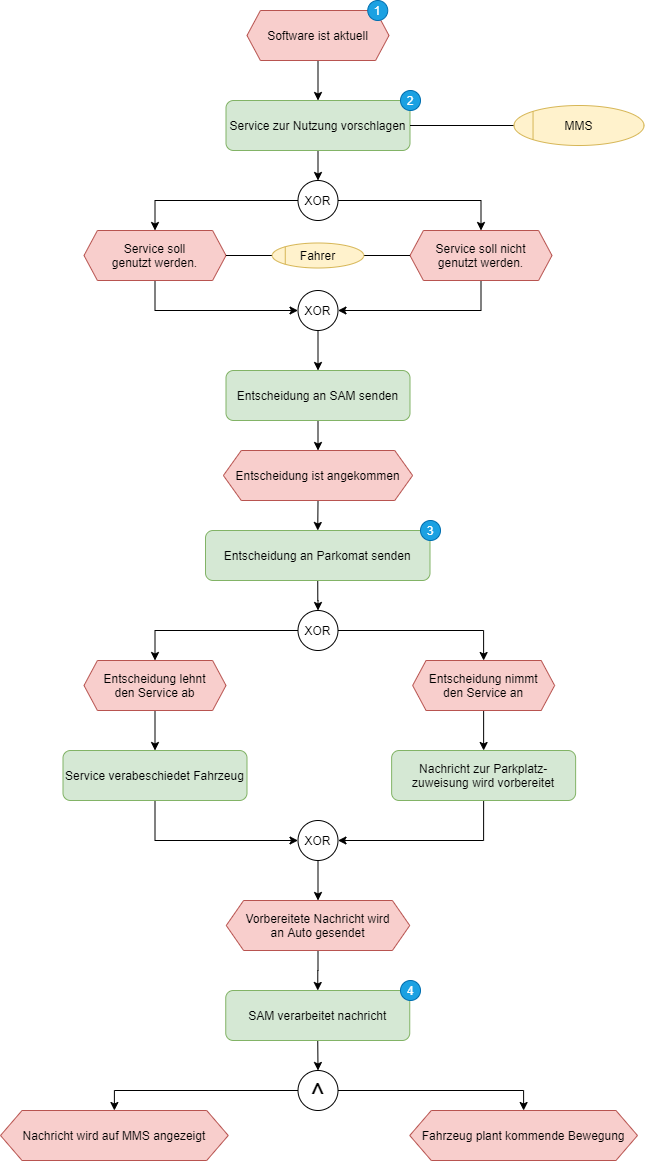
Earlier version of the draw.io export Ausarbeitung/text/pictures/konzept-Nutzungsprozess.png (hesty98/bachelorthesis). Source tidied: cells renumbered, new cells last; positions are measured from the earlier drawing's top-left corner, leaving out a move shared by most shapes.
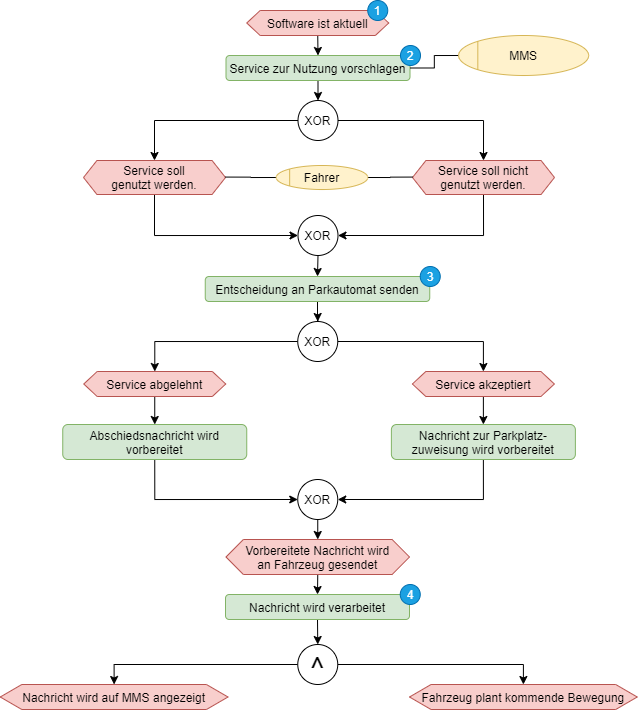
The same file after the commit.

Change to the diagram source:
```diff
@@ -6,19 +6,19 @@
       <mxGeometry relative="1" as="geometry" />
     </mxCell>
     <mxCell id="3" value="Software ist aktuell" style="shape=hexagon;perimeter=hexagonPerimeter;rounded=0;size=0.09458588788853817;fillColor=#f8cecc;strokeColor=#b85450;" parent="1" vertex="1">
-      <mxGeometry x="246.5" y="10" width="142" height="50" as="geometry" />
+      <mxGeometry x="281.2" y="100" width="142" height="25" as="geometry" />
     </mxCell>
     <mxCell id="4" style="edgeStyle=orthogonalEdgeStyle;rounded=0;jettySize=auto;html=0;exitX=0.5;exitY=1;exitDx=0;exitDy=0;entryX=0.5;entryY=0;entryDx=0;entryDy=0;startArrow=none;startFill=0;endArrow=classic;endFill=1;strokeColor=#000000;" parent="1" edge="1" source="5" target="11">
       <mxGeometry relative="1" as="geometry" />
     </mxCell>
     <mxCell id="5" value="Service zur Nutzung vorschlagen" style="shape=ext;rounded=1;fillColor=#d5e8d4;strokeColor=#82b366;" parent="1" vertex="1">
-      <mxGeometry x="225.5" y="100" width="184" height="50" as="geometry" />
+      <mxGeometry x="260.5" y="145" width="184" height="25" as="geometry" />
     </mxCell>
     <mxCell id="6" style="edgeStyle=orthogonalEdgeStyle;rounded=0;jettySize=auto;html=1;exitX=0;exitY=0.5;exitDx=0;exitDy=0;entryX=1;entryY=0.5;entryDx=0;entryDy=0;startArrow=none;startFill=0;endArrow=none;endFill=0;strokeColor=#000000;" parent="1" edge="1" source="7" target="5">
       <mxGeometry relative="1" as="geometry" />
     </mxCell>
     <mxCell id="7" value="MMS" style="ellipse;align=center;fillColor=#fff2cc;strokeColor=#d6b656;" parent="1" vertex="1">
-      <mxGeometry x="513.5" y="105" width="130" height="40" as="geometry" />
+      <mxGeometry x="493.1" y="125" width="130" height="40" as="geometry" />
     </mxCell>
     <mxCell id="8" style="endArrow=none;html=1;entryX=0;entryY=0;entryDx=0;entryDy=0;exitX=0;exitY=1;exitDx=0;exitDy=0;strokeColor=#D6B656;" parent="1" edge="1" source="7" target="7">
       <mxGeometry relative="1" as="geometry" />
@@ -30,32 +30,26 @@
       <mxGeometry relative="1" as="geometry" />
     </mxCell>
     <mxCell id="11" value="XOR" style="ellipse;" parent="1" vertex="1">
-      <mxGeometry x="297.5" y="180" width="40" height="40" as="geometry" />
+      <mxGeometry x="332.5" y="190" width="40" height="40" as="geometry" />
     </mxCell>
     <mxCell id="12" style="edgeStyle=orthogonalEdgeStyle;rounded=0;jettySize=auto;html=0;exitX=0.5;exitY=1;exitDx=0;exitDy=0;entryX=0;entryY=0.5;entryDx=0;entryDy=0;startArrow=none;startFill=0;endArrow=classic;endFill=1;strokeColor=#000000;" parent="1" edge="1" source="13" target="17">
       <mxGeometry relative="1" as="geometry" />
     </mxCell>
     <mxCell id="13" value="Service soll&#10;genutzt werden." style="shape=hexagon;perimeter=hexagonPerimeter;rounded=0;size=0.09458588788853817;fillColor=#f8cecc;strokeColor=#b85450;" parent="1" vertex="1">
-      <mxGeometry x="83.5" y="230" width="142" height="50" as="geometry" />
+      <mxGeometry x="118" y="250" width="142" height="34" as="geometry" />
     </mxCell>
     <mxCell id="14" style="edgeStyle=orthogonalEdgeStyle;rounded=0;jettySize=auto;html=0;exitX=0.5;exitY=1;exitDx=0;exitDy=0;entryX=1;entryY=0.5;entryDx=0;entryDy=0;startArrow=none;startFill=0;endArrow=classic;endFill=1;strokeColor=#000000;" parent="1" edge="1" source="15" target="17">
       <mxGeometry relative="1" as="geometry" />
     </mxCell>
     <mxCell id="15" value="Service soll nicht&#10;genutzt werden." style="shape=hexagon;perimeter=hexagonPerimeter;rounded=0;size=0.09458588788853817;fillColor=#f8cecc;strokeColor=#b85450;" parent="1" vertex="1">
-      <mxGeometry x="409.5" y="230" width="142" height="50" as="geometry" />
+      <mxGeometry x="447" y="250" width="142" height="34" as="geometry" />
     </mxCell>
-    <mxCell id="16" style="edgeStyle=orthogonalEdgeStyle;rounded=0;jettySize=auto;html=0;exitX=0.5;exitY=1;exitDx=0;exitDy=0;entryX=0.5;entryY=0;entryDx=0;entryDy=0;startArrow=none;startFill=0;endArrow=classic;endFill=1;strokeColor=#000000;" parent="1" edge="1" source="17" target="19">
+    <mxCell id="16" style="edgeStyle=orthogonalEdgeStyle;rounded=0;jettySize=auto;html=0;exitX=0.5;exitY=1;exitDx=0;exitDy=0;entryX=0.5;entryY=0;entryDx=0;entryDy=0;startArrow=none;startFill=0;endArrow=classic;endFill=1;strokeColor=#000000;" parent="1" edge="1" source="17" target="27">
       <mxGeometry relative="1" as="geometry" />
     </mxCell>
     <mxCell id="17" value="XOR" style="ellipse;" parent="1" vertex="1">
-      <mxGeometry x="297.5" y="290" width="40" height="40" as="geometry" />
+      <mxGeometry x="332.5" y="305" width="40" height="40" as="geometry" />
     </mxCell>
-    <mxCell id="18" style="edgeStyle=orthogonalEdgeStyle;rounded=0;jettySize=auto;html=0;exitX=0.5;exitY=1;exitDx=0;exitDy=0;entryX=0.5;entryY=0;entryDx=0;entryDy=0;startArrow=none;startFill=0;endArrow=classic;endFill=1;strokeColor=#000000;" parent="1" edge="1" source="19" target="25">
-      <mxGeometry relative="1" as="geometry" />
-    </mxCell>
-    <mxCell id="19" value="Entscheidung an SAM senden" style="shape=ext;rounded=1;fillColor=#d5e8d4;strokeColor=#82b366;" parent="1" vertex="1">
-      <mxGeometry x="225.5" y="370" width="184" height="50" as="geometry" />
-    </mxCell>
     <mxCell id="20" style="edgeStyle=orthogonalEdgeStyle;rounded=0;jettySize=auto;html=0;exitX=1;exitY=0.5;exitDx=0;exitDy=0;entryX=0;entryY=0.5;entryDx=0;entryDy=0;startArrow=none;startFill=0;endArrow=none;endFill=0;strokeColor=#000000;" parent="1" edge="1" source="22" target="15">
       <mxGeometry relative="1" as="geometry" />
     </mxCell>
@@ -63,34 +57,28 @@
       <mxGeometry relative="1" as="geometry" />
     </mxCell>
     <mxCell id="22" value="Fahrer" style="ellipse;align=center;fillColor=#fff2cc;strokeColor=#d6b656;" parent="1" vertex="1">
-      <mxGeometry x="271.8" y="242.5" width="91.5" height="25" as="geometry" />
+      <mxGeometry x="310.8" y="255" width="91.5" height="24" as="geometry" />
     </mxCell>
     <mxCell id="23" style="endArrow=none;html=1;entryX=0;entryY=0;entryDx=0;entryDy=0;exitX=0;exitY=1;exitDx=0;exitDy=0;strokeColor=#D6B656;" parent="1" edge="1" source="22" target="22">
       <mxGeometry relative="1" as="geometry" />
     </mxCell>
-    <mxCell id="24" style="edgeStyle=orthogonalEdgeStyle;rounded=0;jettySize=auto;html=0;exitX=0.5;exitY=1;exitDx=0;exitDy=0;entryX=0.5;entryY=0;entryDx=0;entryDy=0;startArrow=none;startFill=0;endArrow=classic;endFill=1;strokeColor=#000000;" parent="1" edge="1" source="25" target="27">
-      <mxGeometry relative="1" as="geometry" />
-    </mxCell>
-    <mxCell id="25" value="Entscheidung ist angekommen" style="shape=hexagon;perimeter=hexagonPerimeter;rounded=0;size=0.09458588788853817;fillColor=#f8cecc;strokeColor=#b85450;" parent="1" vertex="1">
-      <mxGeometry x="222.9" y="450" width="189.2" height="50" as="geometry" />
-    </mxCell>
     <mxCell id="26" style="edgeStyle=orthogonalEdgeStyle;rounded=0;jettySize=auto;html=0;exitX=0.5;exitY=1;exitDx=0;exitDy=0;startArrow=none;startFill=0;endArrow=classic;endFill=1;strokeColor=#000000;" parent="1" edge="1" source="27" target="34">
       <mxGeometry relative="1" as="geometry" />
     </mxCell>
-    <mxCell id="27" value="Entscheidung an Parkomat senden" style="shape=ext;rounded=1;fillColor=#d5e8d4;strokeColor=#82b366;" parent="1" vertex="1">
-      <mxGeometry x="205" y="530" width="224.5" height="50" as="geometry" />
+    <mxCell id="27" value="Entscheidung an Parkautomat senden" style="shape=ext;rounded=1;fillColor=#d5e8d4;strokeColor=#82b366;" parent="1" vertex="1">
+      <mxGeometry x="239.8" y="366" width="224.5" height="25" as="geometry" />
     </mxCell>
     <mxCell id="28" style="edgeStyle=orthogonalEdgeStyle;rounded=0;jettySize=auto;html=0;exitX=0.5;exitY=1;exitDx=0;exitDy=0;entryX=0.5;entryY=0;entryDx=0;entryDy=0;startArrow=none;startFill=0;endArrow=classic;endFill=1;strokeColor=#000000;" parent="1" edge="1" source="29" target="38">
       <mxGeometry relative="1" as="geometry" />
     </mxCell>
-    <mxCell id="29" value="Entscheidung nimmt&#10;den Service an" style="shape=hexagon;perimeter=hexagonPerimeter;rounded=0;size=0.09458588788853817;fillColor=#f8cecc;strokeColor=#b85450;" parent="1" vertex="1">
-      <mxGeometry x="412.1" y="660" width="142" height="50" as="geometry" />
+    <mxCell id="29" value="Service akzeptiert" style="shape=hexagon;perimeter=hexagonPerimeter;rounded=0;size=0.09458588788853817;fillColor=#f8cecc;strokeColor=#b85450;" parent="1" vertex="1">
+      <mxGeometry x="446.9" y="461" width="142" height="25" as="geometry" />
     </mxCell>
     <mxCell id="30" style="edgeStyle=orthogonalEdgeStyle;rounded=0;jettySize=auto;html=0;exitX=0.5;exitY=1;exitDx=0;exitDy=0;entryX=0.5;entryY=0;entryDx=0;entryDy=0;startArrow=none;startFill=0;endArrow=classic;endFill=1;strokeColor=#000000;" parent="1" edge="1" source="31" target="36">
       <mxGeometry relative="1" as="geometry" />
     </mxCell>
-    <mxCell id="31" value="Entscheidung lehnt&#10;den Service ab" style="shape=hexagon;perimeter=hexagonPerimeter;rounded=0;size=0.09458588788853817;fillColor=#f8cecc;strokeColor=#b85450;" parent="1" vertex="1">
-      <mxGeometry x="83.5" y="660" width="142" height="50" as="geometry" />
+    <mxCell id="31" value="Service abgelehnt" style="shape=hexagon;perimeter=hexagonPerimeter;rounded=0;size=0.09458588788853817;fillColor=#f8cecc;strokeColor=#b85450;" parent="1" vertex="1">
+      <mxGeometry x="118.2" y="461" width="142" height="25" as="geometry" />
     </mxCell>
     <mxCell id="32" style="edgeStyle=orthogonalEdgeStyle;rounded=0;jettySize=auto;html=0;exitX=1;exitY=0.5;exitDx=0;exitDy=0;entryX=0.5;entryY=0;entryDx=0;entryDy=0;startArrow=none;startFill=0;endArrow=classic;endFill=1;strokeColor=#000000;" parent="1" edge="1" source="34" target="29">
       <mxGeometry relative="1" as="geometry" />
@@ -99,37 +87,37 @@
       <mxGeometry relative="1" as="geometry" />
     </mxCell>
     <mxCell id="34" value="XOR" style="ellipse;" parent="1" vertex="1">
-      <mxGeometry x="297.5" y="610" width="40" height="40" as="geometry" />
+      <mxGeometry x="332.2" y="411" width="40" height="40" as="geometry" />
     </mxCell>
     <mxCell id="35" style="edgeStyle=orthogonalEdgeStyle;rounded=0;jettySize=auto;html=0;exitX=0.5;exitY=1;exitDx=0;exitDy=0;entryX=0;entryY=0.5;entryDx=0;entryDy=0;startArrow=none;startFill=0;endArrow=classic;endFill=1;strokeColor=#000000;" parent="1" edge="1" source="36" target="42">
       <mxGeometry relative="1" as="geometry" />
     </mxCell>
-    <mxCell id="36" value="Service verabeschiedet Fahrzeug" style="shape=ext;rounded=1;fillColor=#d5e8d4;strokeColor=#82b366;" parent="1" vertex="1">
-      <mxGeometry x="62.5" y="750" width="184" height="50" as="geometry" />
+    <mxCell id="36" value="Abschiedsnachricht wird&#10;vorbereitet" style="shape=ext;rounded=1;fillColor=#d5e8d4;strokeColor=#82b366;" parent="1" vertex="1">
+      <mxGeometry x="97.2" y="514" width="184" height="35" as="geometry" />
     </mxCell>
     <mxCell id="37" style="edgeStyle=orthogonalEdgeStyle;rounded=0;jettySize=auto;html=0;exitX=0.5;exitY=1;exitDx=0;exitDy=0;entryX=1;entryY=0.5;entryDx=0;entryDy=0;startArrow=none;startFill=0;endArrow=classic;endFill=1;strokeColor=#000000;" parent="1" edge="1" source="38" target="42">
       <mxGeometry relative="1" as="geometry" />
     </mxCell>
     <mxCell id="38" value="Nachricht zur Parkplatz-&#10;zuweisung wird vorbereitet" style="shape=ext;rounded=1;fillColor=#d5e8d4;strokeColor=#82b366;" parent="1" vertex="1">
-      <mxGeometry x="391.1" y="750" width="184" height="50" as="geometry" />
+      <mxGeometry x="425.9" y="514" width="184" height="35" as="geometry" />
     </mxCell>
     <mxCell id="39" style="edgeStyle=orthogonalEdgeStyle;rounded=0;jettySize=auto;html=0;exitX=0.5;exitY=1;exitDx=0;exitDy=0;entryX=0.5;entryY=0;entryDx=0;entryDy=0;startArrow=none;startFill=0;endArrow=classic;endFill=1;strokeColor=#000000;" parent="1" edge="1" source="40" target="44">
       <mxGeometry relative="1" as="geometry" />
     </mxCell>
-    <mxCell id="40" value="Vorbereitete Nachricht wird&#10;an Auto gesendet" style="shape=hexagon;perimeter=hexagonPerimeter;rounded=0;size=0.09458588788853817;fillColor=#f8cecc;strokeColor=#b85450;" parent="1" vertex="1">
-      <mxGeometry x="225.8" y="900" width="183.5" height="50" as="geometry" />
+    <mxCell id="40" value="Vorbereitete Nachricht wird&#10;an Fahrzeug gesendet" style="shape=hexagon;perimeter=hexagonPerimeter;rounded=0;size=0.09458588788853817;fillColor=#f8cecc;strokeColor=#b85450;" parent="1" vertex="1">
+      <mxGeometry x="260.5" y="629" width="183.5" height="35" as="geometry" />
     </mxCell>
     <mxCell id="41" style="edgeStyle=orthogonalEdgeStyle;rounded=0;jettySize=auto;html=0;exitX=0.5;exitY=1;exitDx=0;exitDy=0;entryX=0.5;entryY=0;entryDx=0;entryDy=0;startArrow=none;startFill=0;endArrow=classic;endFill=1;strokeColor=#000000;" parent="1" edge="1" source="42" target="40">
       <mxGeometry relative="1" as="geometry" />
     </mxCell>
     <mxCell id="42" value="XOR" style="ellipse;" parent="1" vertex="1">
-      <mxGeometry x="297.5" y="820" width="40" height="40" as="geometry" />
+      <mxGeometry x="332.2" y="569" width="40" height="40" as="geometry" />
     </mxCell>
     <mxCell id="43" style="edgeStyle=orthogonalEdgeStyle;rounded=0;jettySize=auto;html=0;exitX=0.5;exitY=1;exitDx=0;exitDy=0;entryX=0.5;entryY=0;entryDx=0;entryDy=0;startArrow=none;startFill=0;endArrow=classic;endFill=1;strokeColor=#000000;" parent="1" edge="1" source="44" target="47">
       <mxGeometry relative="1" as="geometry" />
     </mxCell>
-    <mxCell id="44" value="SAM verarbeitet nachricht" style="shape=ext;rounded=1;fillColor=#d5e8d4;strokeColor=#82b366;" parent="1" vertex="1">
-      <mxGeometry x="225.2" y="990" width="184" height="50" as="geometry" />
+    <mxCell id="44" value="Nachricht wird verarbeitet" style="shape=ext;rounded=1;fillColor=#d5e8d4;strokeColor=#82b366;" parent="1" vertex="1">
+      <mxGeometry x="260" y="684" width="184" height="25" as="geometry" />
     </mxCell>
     <mxCell id="45" style="edgeStyle=orthogonalEdgeStyle;rounded=0;jettySize=auto;html=0;exitX=0;exitY=0.5;exitDx=0;exitDy=0;entryX=0.5;entryY=0;entryDx=0;entryDy=0;startArrow=none;startFill=0;endArrow=classic;endFill=1;strokeColor=#000000;fontSize=22;" parent="1" edge="1" source="47" target="48">
       <mxGeometry relative="1" as="geometry" />
@@ -138,25 +126,25 @@
       <mxGeometry relative="1" as="geometry" />
     </mxCell>
     <mxCell id="47" value="^" style="ellipse;fontSize=29;verticalAlign=middle;align=center;direction=east;" parent="1" vertex="1">
-      <mxGeometry x="297.5" y="1070" width="40" height="40" as="geometry" />
+      <mxGeometry x="332.3" y="734" width="40" height="40" as="geometry" />
     </mxCell>
     <mxCell id="48" value="Nachricht wird auf MMS angezeigt" style="shape=hexagon;perimeter=hexagonPerimeter;rounded=0;size=0.09458588788853817;fillColor=#f8cecc;strokeColor=#b85450;" parent="1" vertex="1">
-      <mxGeometry y="1110" width="227.8" height="50" as="geometry" />
+      <mxGeometry x="34.8" y="774" width="227.8" height="25" as="geometry" />
     </mxCell>
     <mxCell id="49" value="Fahrzeug plant kommende Bewegung" style="shape=hexagon;perimeter=hexagonPerimeter;rounded=0;size=0.09458588788853817;fillColor=#f8cecc;strokeColor=#b85450;" parent="1" vertex="1">
-      <mxGeometry x="409.2" y="1110" width="227.8" height="50" as="geometry" />
+      <mxGeometry x="444" y="774" width="227.8" height="25" as="geometry" />
     </mxCell>
     <mxCell id="50" value="1" style="ellipse;whiteSpace=wrap;html=1;fillColor=#1ba1e2;strokeColor=#006EAF;fontColor=#ffffff;" parent="1" vertex="1">
-      <mxGeometry x="367.2" width="20" height="20" as="geometry" />
+      <mxGeometry x="402.2" y="90" width="20" height="20" as="geometry" />
     </mxCell>
     <mxCell id="51" value="2" style="ellipse;whiteSpace=wrap;html=1;fillColor=#1ba1e2;strokeColor=#006EAF;fontColor=#ffffff;" parent="1" vertex="1">
-      <mxGeometry x="400" y="90" width="20" height="20" as="geometry" />
+      <mxGeometry x="435" y="135" width="20" height="20" as="geometry" />
     </mxCell>
     <mxCell id="52" value="3&lt;span style=&quot;color: rgba(0 , 0 , 0 , 0) ; font-family: monospace ; font-size: 0px&quot;&gt;%3CmxGraphModel%3E%3Croot%3E%3CmxCell%20id%3D%220%22%2F%3E%3CmxCell%20id%3D%221%22%20parent%3D%220%22%2F%3E%3CmxCell%20id%3D%222%22%20value%3D%222%22%20style%3D%22ellipse%3BwhiteSpace%3Dwrap%3Bhtml%3D1%3Baspect%3Dfixed%3BfillColor%3D%231ba1e2%3BstrokeColor%3D%23006EAF%3BfontColor%3D%23ffffff%3B%22%20vertex%3D%221%22%20parent%3D%221%22%3E%3CmxGeometry%20x%3D%22489.3%22%20y%3D%22269%22%20width%3D%2220%22%20height%3D%2220%22%20as%3D%22geometry%22%2F%3E%3C%2FmxCell%3E%3C%2Froot%3E%3C%2FmxGraphModel%3E&lt;/span&gt;" style="ellipse;whiteSpace=wrap;html=1;fillColor=#1ba1e2;strokeColor=#006EAF;fontColor=#ffffff;" parent="1" vertex="1">
-      <mxGeometry x="420" y="520" width="20" height="20" as="geometry" />
+      <mxGeometry x="454.8" y="356" width="20" height="20" as="geometry" />
     </mxCell>
     <mxCell id="53" value="4" style="ellipse;whiteSpace=wrap;html=1;fillColor=#1ba1e2;strokeColor=#006EAF;fontColor=#ffffff;" parent="1" vertex="1">
-      <mxGeometry x="400" y="980" width="20" height="20" as="geometry" />
+      <mxGeometry x="434.7" y="674" width="20" height="20" as="geometry" />
     </mxCell>
   </root>
 </mxGraphModel>
```
